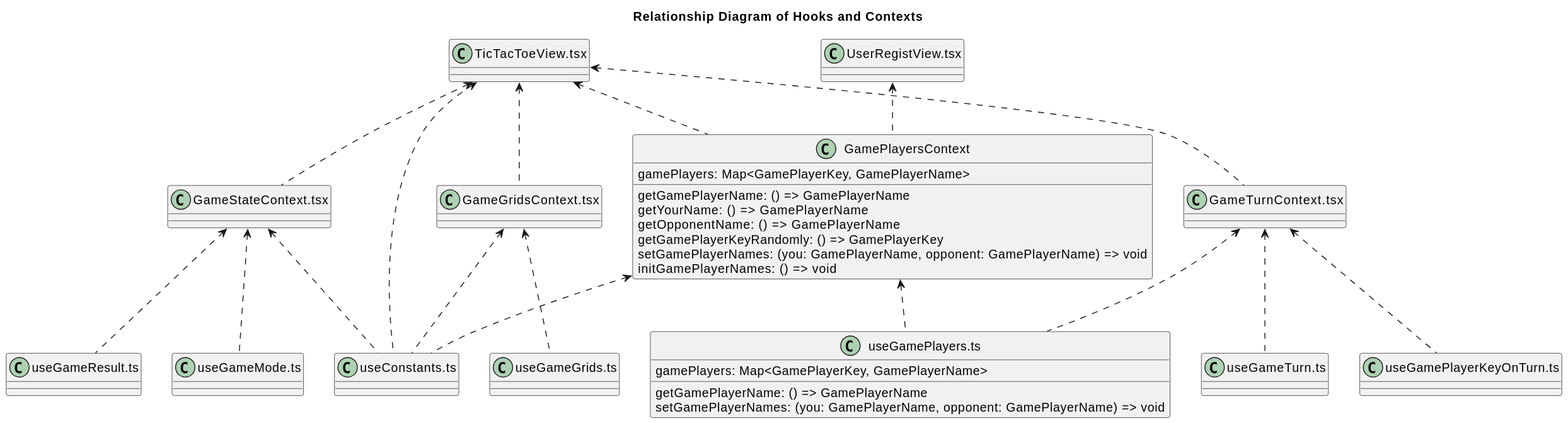
The PlantUML diagram tic-tac-toe/doc/hooks.svg in hi2k1978/react-samples, before a commit.
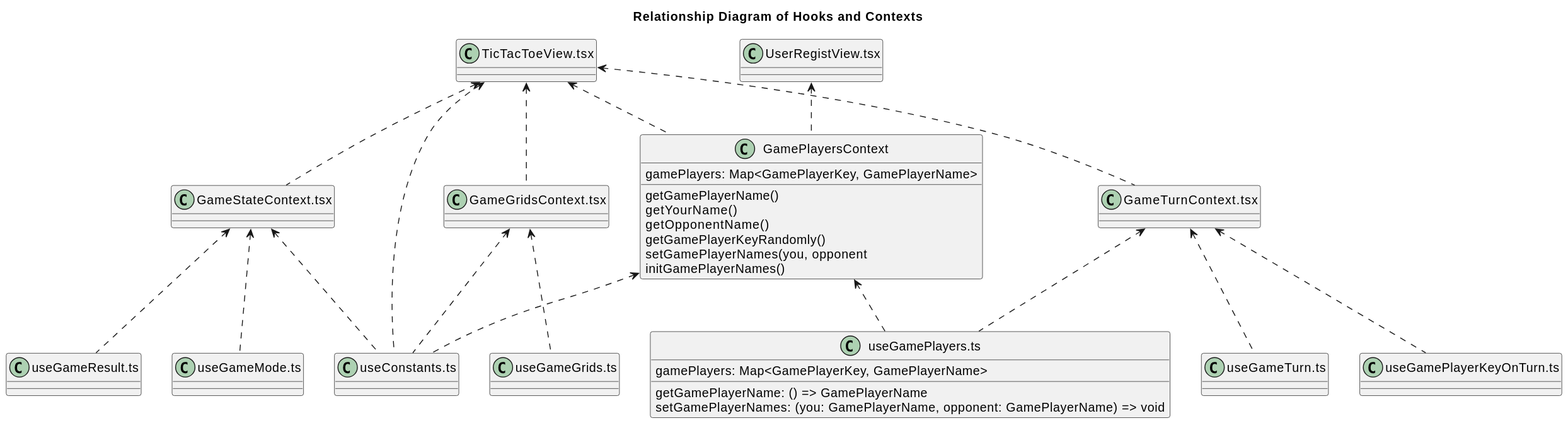
After the commit.

Change to the diagram source:
```diff
@@ -14,12 +14,12 @@
 
 class "GamePlayersContext" as GamePlayersContext {
       gamePlayers: Map<GamePlayerKey, GamePlayerName>
-      getGamePlayerName: () => GamePlayerName
-      getYourName: () => GamePlayerName
-      getOpponentName: () => GamePlayerName
-      getGamePlayerKeyRandomly: () => GamePlayerKey
-      setGamePlayerNames: (you: GamePlayerName, opponent: GamePlayerName) => void
-      initGamePlayerNames: () => void
+      getGamePlayerName()
+      getYourName()
+      getOpponentName()
+      getGamePlayerKeyRandomly()
+      setGamePlayerNames(you, opponent
+      initGamePlayerNames()
 }
 
 class "GameStateContext.tsx" as GameStateContext {
```
